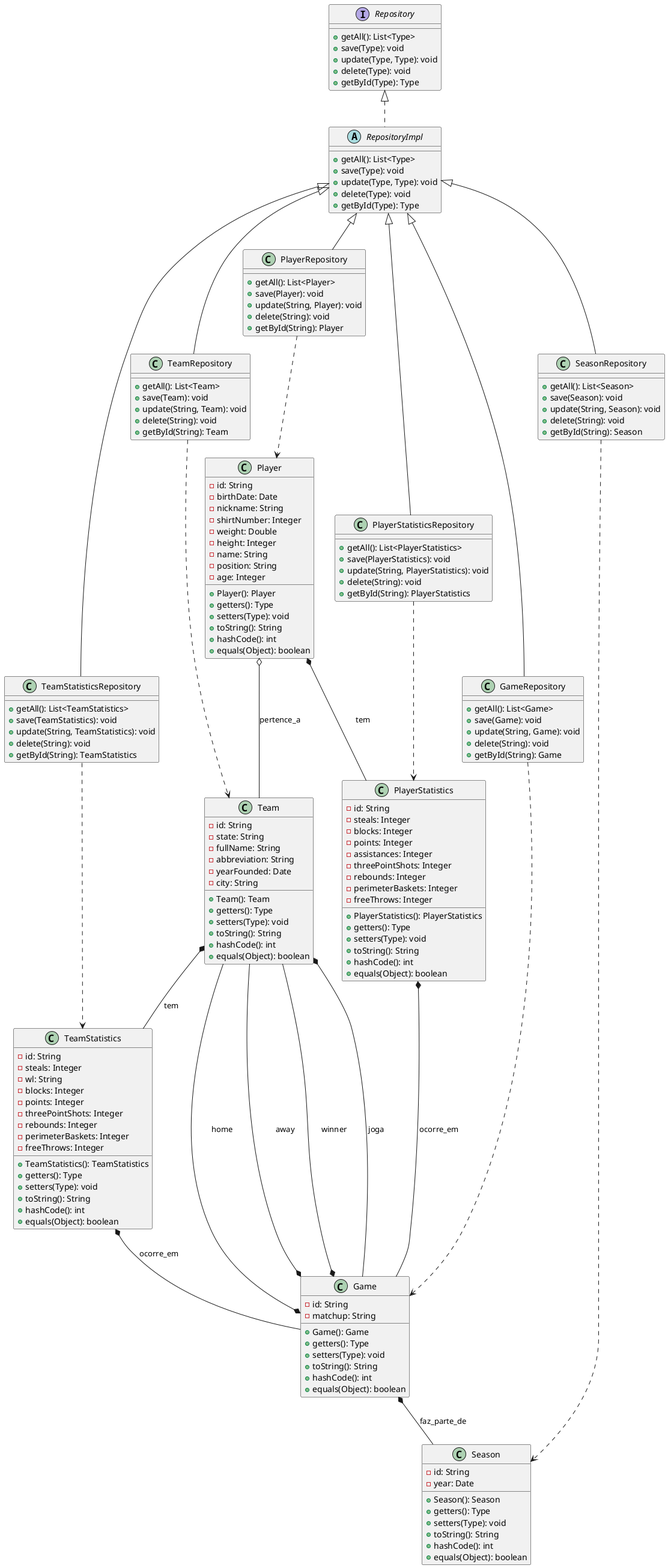
The PlantUML diagram aps/diagrams/classe/model.png in Pedro-H-Gregorio/NBA_api, before a commit.
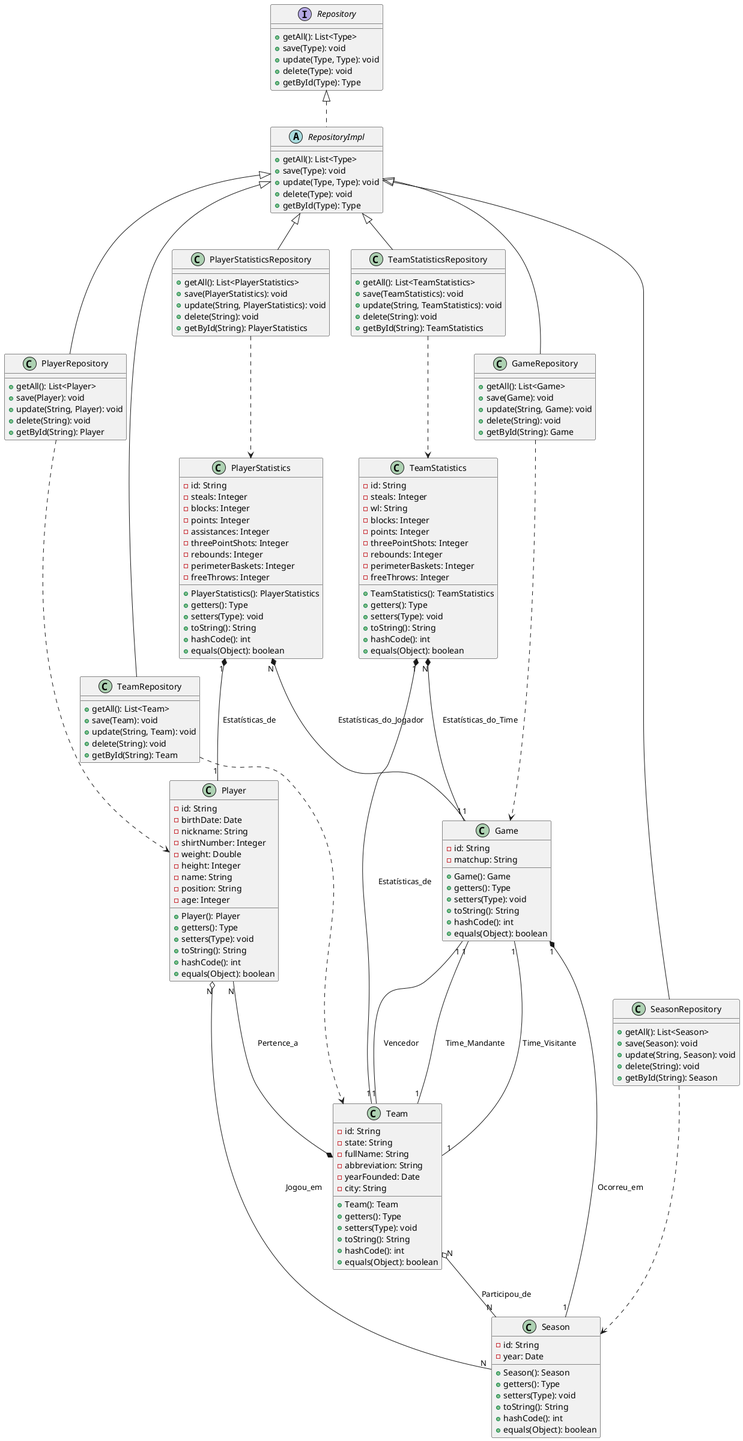
After the change.

Commit message:
att o diagrama de classe

Change to the diagram source:
```diff
@@ -175,14 +175,15 @@
 PlayerStatisticsRepository ..> PlayerStatistics
 TeamStatisticsRepository ..> TeamStatistics
 
-Player o-- Team : pertence_a
-Team *-- TeamStatistics : tem
-Team *-- Game : joga
-Player *-- PlayerStatistics : tem
-PlayerStatistics *-- Game : ocorre_em
-TeamStatistics *-- Game : ocorre_em
-Game *-- Team : home
-Game *-- Team : away
-Game *-- Team : winner
-Game *-- Season : faz_parte_de
+Player "N" o-- "N" Season : Jogou_em
+Team "N" o-- "N" Season : Participou_de
+Player "N" --* Team : Pertence_a
+Game "1" *-- "1" Season : Ocorreu_em
+Game "1" -- "1" Team : Time_Mandante
+Game "1" -- "1" Team : Time_Visitante
+Game "1" -- "1" Team : Vencedor
+PlayerStatistics "N" *-- "1" Game : Estatísticas_do_Jogador
+PlayerStatistics "1" *-- "1" Player : Estatísticas_de
+TeamStatistics "N" *-- "1" Game : Estatísticas_do_Time
+TeamStatistics "1" *-- "1" Team : Estatísticas_de
 @enduml
```
